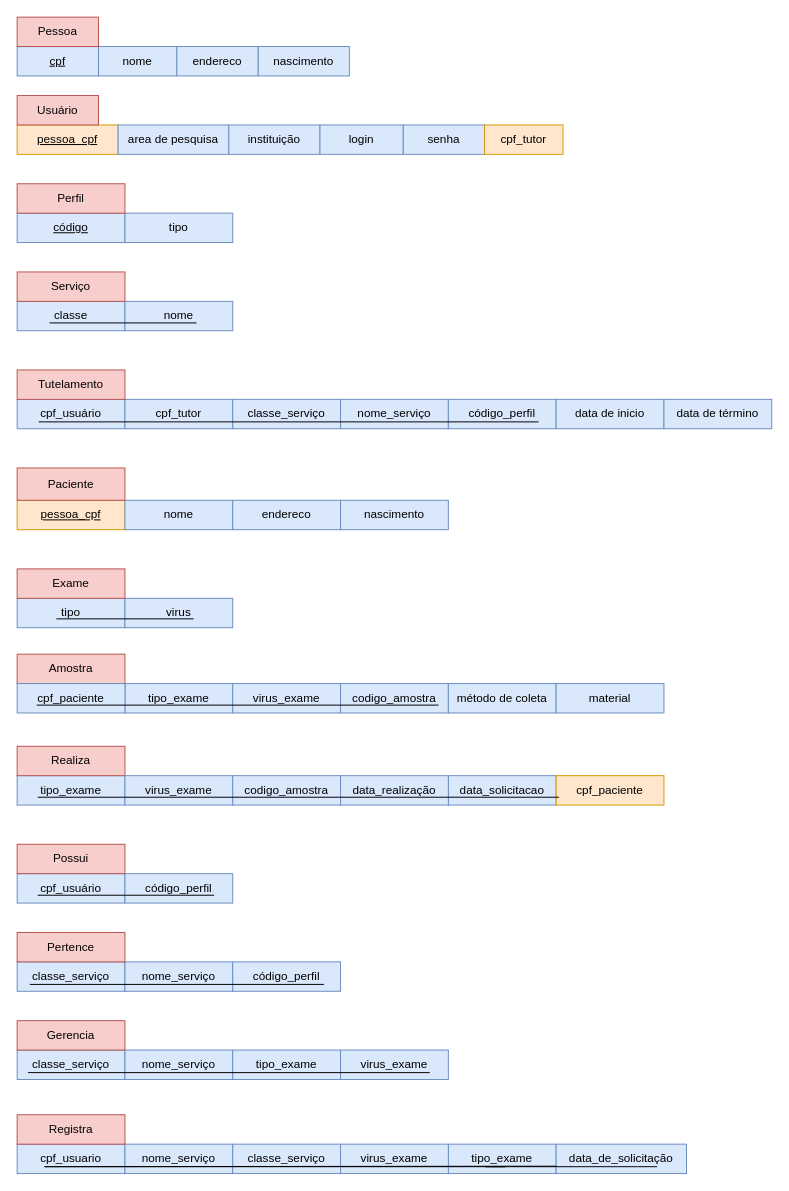
This is page "Lógico" (2 of 2) of model/modelo.drawio from rodorgas/labjef, a draw.io file, before an edit. Source tidied: cells renumbered, new cells numbered last; positions are measured from the earlier drawing's top-left corner, leaving out a move shared by most shapes. Both pictures are drawn from the tidied source at 98%, with x=0, y=0 at pixel (17, 17).
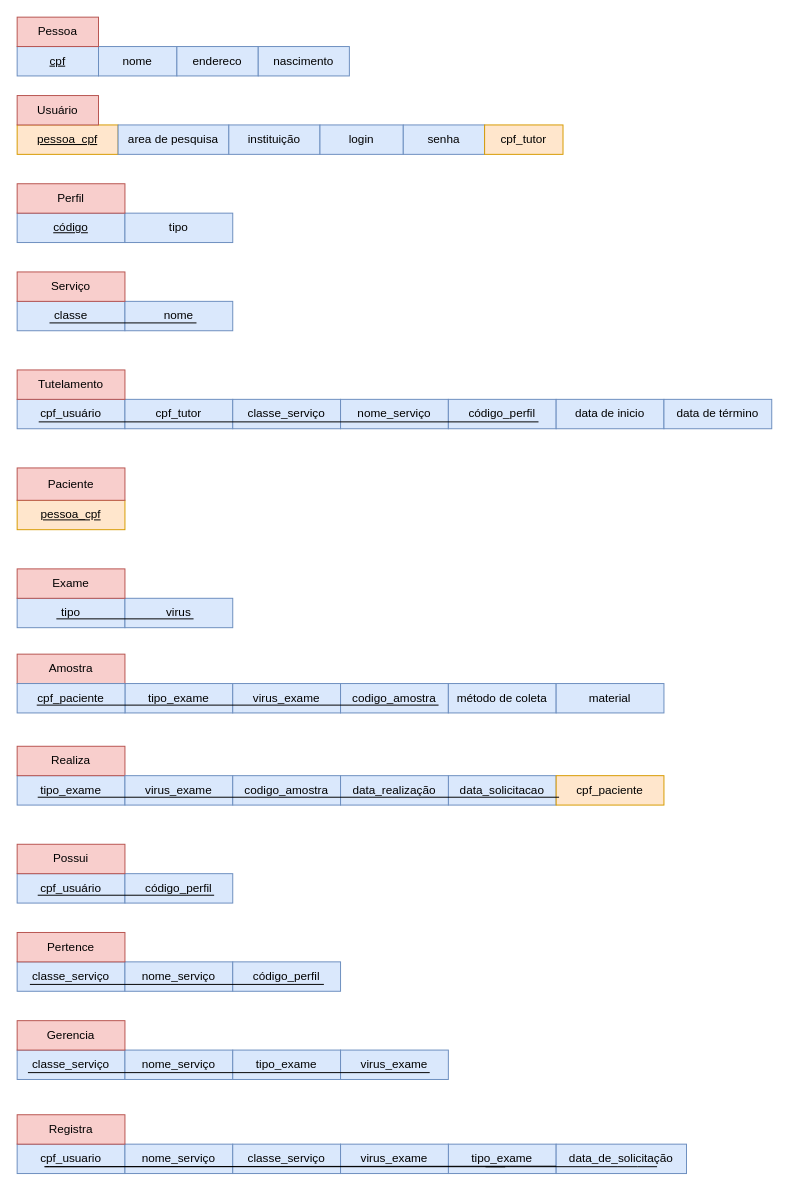
After the change.

Diff of the diagram source:
```diff
@@
-    <mxCell id="17" value="nome" style="rounded=0;whiteSpace=wrap;html=1;fillColor=#dae8fc;strokeColor=#6c8ebf;" parent="1" vertex="1">
-      <mxGeometry x="110" y="493" width="110" height="30" as="geometry" />
-    </mxCell>
@@
-    <mxCell id="19" value="endereco" style="rounded=0;whiteSpace=wrap;html=1;fillColor=#dae8fc;strokeColor=#6c8ebf;" parent="1" vertex="1">
-      <mxGeometry x="220" y="493" width="110" height="30" as="geometry" />
-    </mxCell>
-    <mxCell id="20" value="nascimento" style="rounded=0;whiteSpace=wrap;html=1;fillColor=#dae8fc;strokeColor=#6c8ebf;" parent="1" vertex="1">
-      <mxGeometry x="330" y="493" width="110" height="30" as="geometry" />
-    </mxCell>
```
